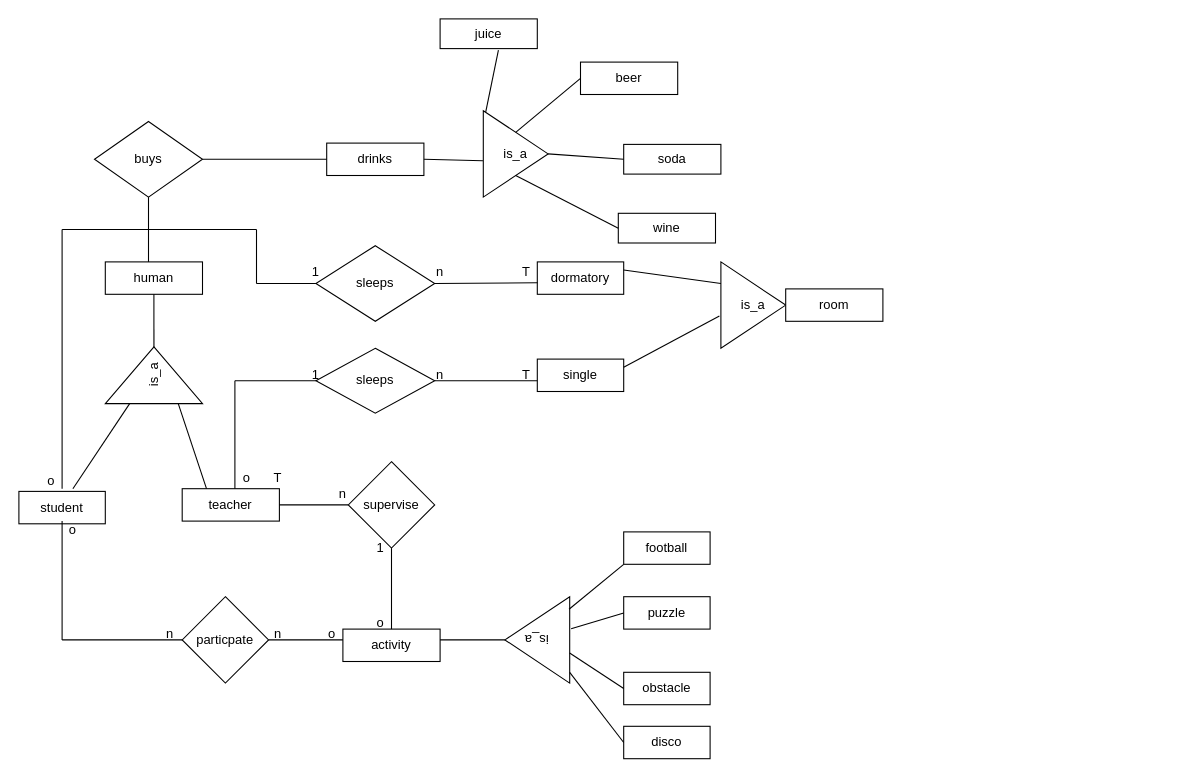
Before: ERD.drawio in AbdelrahmanGhonim/Project-1.3, a draw.io diagram. Source tidied: cells renumbered, new cells numbered last; positions are measured from the earlier drawing's top-left corner, leaving out a move shared by most shapes. Both pictures are drawn from the tidied source at 108%, with x=0, y=0 at pixel (18, 18).
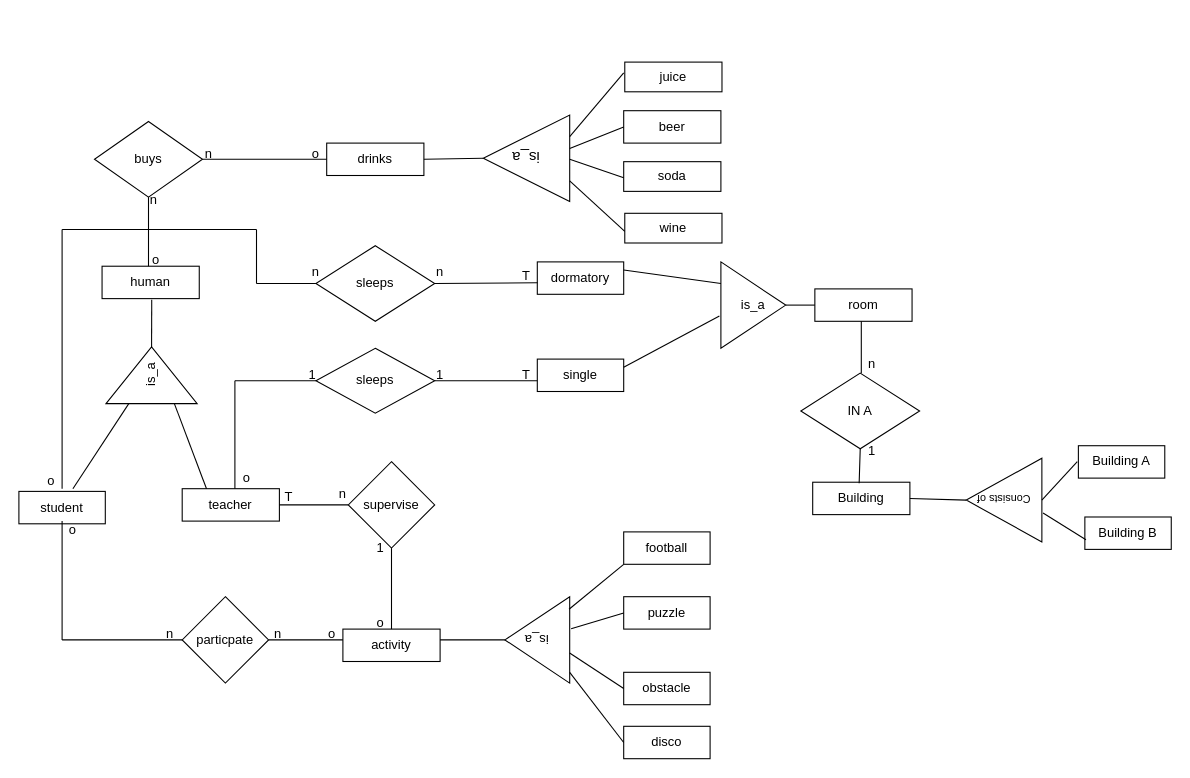
The same diagram, later.

The change refers to these unchanged cells:
```xml
<mxCell id="17" value="is_a" style="triangle;whiteSpace=wrap;html=1;" parent="1" vertex="1">
  <mxGeometry x="650" y="225" width="60" height="80" as="geometry" />
</mxCell>
<mxCell id="59" value="buys" style="rhombus;whiteSpace=wrap;html=1;" parent="1" vertex="1">
  <mxGeometry x="70" y="95" width="100" height="70" as="geometry" />
</mxCell>
<mxCell id="60" value="drinks" style="rounded=0;whiteSpace=wrap;html=1;" parent="1" vertex="1">
  <mxGeometry x="285" y="115" width="90" height="30" as="geometry" />
</mxCell>
```

Change to the diagram source:
```diff
@@
     <mxCell id="2" value="human" style="rounded=0;whiteSpace=wrap;html=1;" parent="1" vertex="1">
-      <mxGeometry x="80" y="225" width="90" height="30" as="geometry" />
+      <mxGeometry x="77" y="229" width="90" height="30" as="geometry" />
     </mxCell>
@@
-    <mxCell id="5" value="is_a&lt;br&gt;" style="triangle;whiteSpace=wrap;html=1;rotation=-90;" parent="1" vertex="1">
-      <mxGeometry x="98.8" y="285" width="52.5" height="90" as="geometry" />
+    <mxCell id="5" value="&lt;font style=&quot;font-size: 12px;&quot;&gt;is_a&lt;/font&gt;" style="triangle;whiteSpace=wrap;html=1;rotation=-90;" parent="1" vertex="1">
+      <mxGeometry x="96.6" y="287.8" width="52.5" height="84.4" as="geometry" />
     </mxCell>
@@
     <mxCell id="18" value="room" style="rounded=0;whiteSpace=wrap;html=1;" parent="1" vertex="1">
-      <mxGeometry x="710" y="250" width="90" height="30" as="geometry" />
+      <mxGeometry x="737" y="250" width="90" height="30" as="geometry" />
     </mxCell>
-    <mxCell id="19" style="endArrow=none;html=1;rounded=0;entryX=0.5;entryY=1;entryDx=0;entryDy=0;exitX=1;exitY=0.5;exitDx=0;exitDy=0;" parent="1" edge="1" source="5" target="2">
-      <mxGeometry relative="1" as="geometry" />
+    <mxCell id="19" style="endArrow=none;html=1;rounded=0;exitX=1;exitY=0.5;exitDx=0;exitDy=0;" parent="1" edge="1" source="5">
+      <mxGeometry relative="1" as="geometry">
+        <mxPoint x="123" y="260" as="targetPoint" />
+      </mxGeometry>
     </mxCell>
@@
-    <mxCell id="42" value="1" style="text;html=1;strokeColor=none;fillColor=none;align=center;verticalAlign=middle;whiteSpace=wrap;rounded=0;" parent="1" vertex="1">
+    <mxCell id="42" value="n" style="text;html=1;strokeColor=none;fillColor=none;align=center;verticalAlign=middle;whiteSpace=wrap;rounded=0;" parent="1" vertex="1">
       <mxGeometry x="245" y="220" width="60" height="30" as="geometry" />
     </mxCell>
@@
     <mxCell id="44" value="1" style="text;html=1;strokeColor=none;fillColor=none;align=center;verticalAlign=middle;whiteSpace=wrap;rounded=0;" parent="1" vertex="1">
-      <mxGeometry x="245" y="315" width="60" height="30" as="geometry" />
+      <mxGeometry x="242" y="315" width="60" height="30" as="geometry" />
     </mxCell>
-    <mxCell id="45" value="n" style="text;html=1;strokeColor=none;fillColor=none;align=center;verticalAlign=middle;whiteSpace=wrap;rounded=0;" parent="1" vertex="1">
+    <mxCell id="45" value="1" style="text;html=1;strokeColor=none;fillColor=none;align=center;verticalAlign=middle;whiteSpace=wrap;rounded=0;" parent="1" vertex="1">
       <mxGeometry x="360" y="315" width="60" height="30" as="geometry" />
     </mxCell>
@@
     <mxCell id="51" value="T" style="text;html=1;strokeColor=none;fillColor=none;align=center;verticalAlign=middle;whiteSpace=wrap;rounded=0;" parent="1" vertex="1">
-      <mxGeometry x="210" y="410" width="60" height="30" as="geometry" />
+      <mxGeometry x="220" y="427.5" width="60" height="30" as="geometry" />
     </mxCell>
@@
     <mxCell id="56" value="T" style="text;html=1;strokeColor=none;fillColor=none;align=center;verticalAlign=middle;whiteSpace=wrap;rounded=0;" parent="1" vertex="1">
-      <mxGeometry x="440" y="220" width="60" height="30" as="geometry" />
+      <mxGeometry x="440" y="223" width="60" height="30" as="geometry" />
     </mxCell>
@@
-    <mxCell id="61" style="endArrow=none;html=1;rounded=0;entryX=0.5;entryY=1;entryDx=0;entryDy=0;" parent="1" edge="1" target="59">
-      <mxGeometry relative="1" as="geometry">
-        <mxPoint x="120" y="225" as="sourcePoint" />
-      </mxGeometry>
-    </mxCell>
@@
-    <mxCell id="63" value="is_a" style="triangle;whiteSpace=wrap;html=1;" parent="1" vertex="1">
-      <mxGeometry x="430" y="85" width="60" height="80" as="geometry" />
+    <mxCell id="63" value="&lt;font style=&quot;font-size: 14px;&quot;&gt;is_a&lt;/font&gt;" style="triangle;whiteSpace=wrap;html=1;rotation=-180;" parent="1" vertex="1">
+      <mxGeometry x="430" y="89" width="80" height="80" as="geometry" />
     </mxCell>
     <mxCell id="64" value="beer" style="rounded=0;whiteSpace=wrap;html=1;" parent="1" vertex="1">
-      <mxGeometry x="520" y="40" width="90" height="30" as="geometry" />
+      <mxGeometry x="560" y="85" width="90" height="30" as="geometry" />
     </mxCell>
     <mxCell id="65" value="soda" style="rounded=0;whiteSpace=wrap;html=1;" parent="1" vertex="1">
-      <mxGeometry x="560" y="116.2" width="90" height="27.5" as="geometry" />
+      <mxGeometry x="560" y="132.2" width="90" height="27.5" as="geometry" />
     </mxCell>
     <mxCell id="66" value="wine" style="rounded=0;whiteSpace=wrap;html=1;" parent="1" vertex="1">
-      <mxGeometry x="555" y="180" width="90" height="27.5" as="geometry" />
+      <mxGeometry x="561" y="180" width="90" height="27.5" as="geometry" />
     </mxCell>
     <mxCell id="67" value="juice" style="rounded=0;whiteSpace=wrap;html=1;" parent="1" vertex="1">
-      <mxGeometry x="390" width="90" height="27.5" as="geometry" />
+      <mxGeometry x="561" y="40" width="90" height="27.5" as="geometry" />
     </mxCell>
-    <mxCell id="68" style="endArrow=none;html=1;rounded=0;entryX=0;entryY=0.5;entryDx=0;entryDy=0;exitX=0.5;exitY=0;exitDx=0;exitDy=0;" parent="1" edge="1" source="63" target="64">
-      <mxGeometry relative="1" as="geometry" />
+    <mxCell id="68" style="endArrow=none;html=1;rounded=0;entryX=0;entryY=0.5;entryDx=0;entryDy=0;" parent="1" edge="1" target="64">
+      <mxGeometry relative="1" as="geometry">
+        <mxPoint x="510" y="120" as="sourcePoint" />
+      </mxGeometry>
     </mxCell>
-    <mxCell id="69" style="endArrow=none;html=1;rounded=0;entryX=0.6;entryY=1.055;entryDx=0;entryDy=0;entryPerimeter=0;exitX=0.037;exitY=0.017;exitDx=0;exitDy=0;exitPerimeter=0;" parent="1" edge="1" source="63" target="67">
-      <mxGeometry relative="1" as="geometry" />
+    <mxCell id="69" style="endArrow=none;html=1;rounded=0;entryX=0.6;entryY=1.055;entryDx=0;entryDy=0;entryPerimeter=0;exitX=0;exitY=0.75;exitDx=0;exitDy=0;" parent="1" edge="1" source="63">
+      <mxGeometry relative="1" as="geometry">
+        <mxPoint x="560" y="50" as="targetPoint" />
+      </mxGeometry>
     </mxCell>
-    <mxCell id="70" style="endArrow=none;html=1;rounded=0;entryX=0;entryY=0.5;entryDx=0;entryDy=0;exitX=1;exitY=0.5;exitDx=0;exitDy=0;" parent="1" edge="1" source="63" target="65">
-      <mxGeometry relative="1" as="geometry" />
+    <mxCell id="70" style="endArrow=none;html=1;rounded=0;entryX=0;entryY=0.5;entryDx=0;entryDy=0;exitX=0;exitY=0.5;exitDx=0;exitDy=0;" parent="1" edge="1">
+      <mxGeometry relative="1" as="geometry">
+        <mxPoint x="510" y="130" as="sourcePoint" />
+        <mxPoint x="560" y="147" as="targetPoint" />
+      </mxGeometry>
     </mxCell>
-    <mxCell id="71" style="endArrow=none;html=1;rounded=0;entryX=0;entryY=0.5;entryDx=0;entryDy=0;exitX=0.5;exitY=1;exitDx=0;exitDy=0;" parent="1" edge="1" source="63" target="66">
-      <mxGeometry relative="1" as="geometry" />
+    <mxCell id="71" style="endArrow=none;html=1;rounded=0;entryX=0;entryY=0.5;entryDx=0;entryDy=0;" parent="1" edge="1">
+      <mxGeometry relative="1" as="geometry">
+        <mxPoint x="510" y="150" as="sourcePoint" />
+        <mxPoint x="561" y="196.8" as="targetPoint" />
+      </mxGeometry>
     </mxCell>
-    <mxCell id="72" style="endArrow=none;html=1;rounded=0;entryX=-0.005;entryY=0.579;entryDx=0;entryDy=0;exitX=1;exitY=0.5;exitDx=0;exitDy=0;entryPerimeter=0;" parent="1" edge="1" source="60" target="63">
+    <mxCell id="72" style="endArrow=none;html=1;rounded=0;entryX=1;entryY=0.5;entryDx=0;entryDy=0;exitX=1;exitY=0.5;exitDx=0;exitDy=0;" parent="1" edge="1" source="60" target="63">
       <mxGeometry relative="1" as="geometry" />
     </mxCell>
+    <mxCell id="73" style="endArrow=none;html=1;rounded=0;exitX=0.5;exitY=0;exitDx=0;exitDy=0;entryX=0.5;entryY=1;entryDx=0;entryDy=0;" parent="1" edge="1" target="59">
+      <mxGeometry relative="1" as="geometry">
+        <mxPoint x="120" y="229" as="sourcePoint" />
+      </mxGeometry>
+    </mxCell>
+    <mxCell id="74" style="endArrow=none;html=1;rounded=0;exitX=1;exitY=0.5;exitDx=0;exitDy=0;entryX=0;entryY=0.5;entryDx=0;entryDy=0;" parent="1" edge="1" source="17" target="18">
+      <mxGeometry relative="1" as="geometry">
+        <Array as="points">
+          <mxPoint x="710" y="265" />
+        </Array>
+      </mxGeometry>
+    </mxCell>
+    <mxCell id="75" value="IN A" style="rhombus;whiteSpace=wrap;html=1;" parent="1" vertex="1">
+      <mxGeometry x="724" y="328" width="110" height="70" as="geometry" />
+    </mxCell>
+    <mxCell id="76" style="endArrow=none;html=1;rounded=0;" parent="1" edge="1">
+      <mxGeometry relative="1" as="geometry">
+        <mxPoint x="780" y="328" as="sourcePoint" />
+        <mxPoint x="780" y="280" as="targetPoint" />
+      </mxGeometry>
+    </mxCell>
+    <mxCell id="77" value="Building" style="rounded=0;whiteSpace=wrap;html=1;" parent="1" vertex="1">
+      <mxGeometry x="735" y="429" width="90" height="30" as="geometry" />
+    </mxCell>
+    <mxCell id="78" style="endArrow=none;html=1;rounded=0;entryX=0.5;entryY=1;entryDx=0;entryDy=0;" parent="1" edge="1" target="75">
+      <mxGeometry relative="1" as="geometry">
+        <mxPoint x="778" y="430" as="sourcePoint" />
+      </mxGeometry>
+    </mxCell>
+    <mxCell id="79" value="&lt;font style=&quot;font-size: 10px;&quot;&gt;Consists of&lt;/font&gt;" style="triangle;whiteSpace=wrap;html=1;rotation=-180;" parent="1" vertex="1">
+      <mxGeometry x="877.2" y="406.8" width="70" height="77.5" as="geometry" />
+    </mxCell>
+    <mxCell id="80" style="endArrow=none;html=1;rounded=0;exitX=1;exitY=0.5;exitDx=0;exitDy=0;entryX=1;entryY=0.5;entryDx=0;entryDy=0;" parent="1" edge="1" source="77" target="79">
+      <mxGeometry relative="1" as="geometry" />
+    </mxCell>
+    <mxCell id="81" value="Building A" style="rounded=0;whiteSpace=wrap;html=1;" parent="1" vertex="1">
+      <mxGeometry x="981" y="395.2" width="80" height="30" as="geometry" />
+    </mxCell>
+    <mxCell id="82" value="Building B" style="rounded=0;whiteSpace=wrap;html=1;" parent="1" vertex="1">
+      <mxGeometry x="987" y="461.2" width="80" height="30" as="geometry" />
+    </mxCell>
+    <mxCell id="83" style="endArrow=none;html=1;rounded=0;exitX=0;exitY=0.5;exitDx=0;exitDy=0;" parent="1" edge="1" source="79">
+      <mxGeometry relative="1" as="geometry">
+        <mxPoint x="980" y="410" as="targetPoint" />
+      </mxGeometry>
+    </mxCell>
+    <mxCell id="84" style="endArrow=none;html=1;rounded=0;exitX=0;exitY=0.5;exitDx=0;exitDy=0;entryX=0;entryY=0.5;entryDx=0;entryDy=0;" parent="1" edge="1">
+      <mxGeometry relative="1" as="geometry">
+        <mxPoint x="988" y="482.2" as="sourcePoint" />
+        <mxPoint x="948.3" y="457.5" as="targetPoint" />
+      </mxGeometry>
+    </mxCell>
+    <mxCell id="85" value="n" style="text;html=1;strokeColor=none;fillColor=none;align=center;verticalAlign=middle;whiteSpace=wrap;rounded=0;" parent="1" vertex="1">
+      <mxGeometry x="760" y="305" width="60" height="30" as="geometry" />
+    </mxCell>
+    <mxCell id="86" value="1" style="text;html=1;strokeColor=none;fillColor=none;align=center;verticalAlign=middle;whiteSpace=wrap;rounded=0;" parent="1" vertex="1">
+      <mxGeometry x="760" y="385" width="60" height="30" as="geometry" />
+    </mxCell>
+    <mxCell id="87" value="n" style="text;html=1;strokeColor=none;fillColor=none;align=center;verticalAlign=middle;whiteSpace=wrap;rounded=0;" parent="1" vertex="1">
+      <mxGeometry x="94.6" y="153" width="60" height="30" as="geometry" />
+    </mxCell>
+    <mxCell id="88" value="n" style="text;html=1;strokeColor=none;fillColor=none;align=center;verticalAlign=middle;whiteSpace=wrap;rounded=0;" parent="1" vertex="1">
+      <mxGeometry x="146.1" y="110" width="60" height="30" as="geometry" />
+    </mxCell>
+    <mxCell id="89" value="o" style="text;html=1;strokeColor=none;fillColor=none;align=center;verticalAlign=middle;whiteSpace=wrap;rounded=0;" parent="1" vertex="1">
+      <mxGeometry x="96.6" y="207.5" width="60" height="30" as="geometry" />
+    </mxCell>
+    <mxCell id="90" value="o" style="text;html=1;strokeColor=none;fillColor=none;align=center;verticalAlign=middle;whiteSpace=wrap;rounded=0;" parent="1" vertex="1">
+      <mxGeometry x="245" y="110" width="60" height="30" as="geometry" />
+    </mxCell>
```
